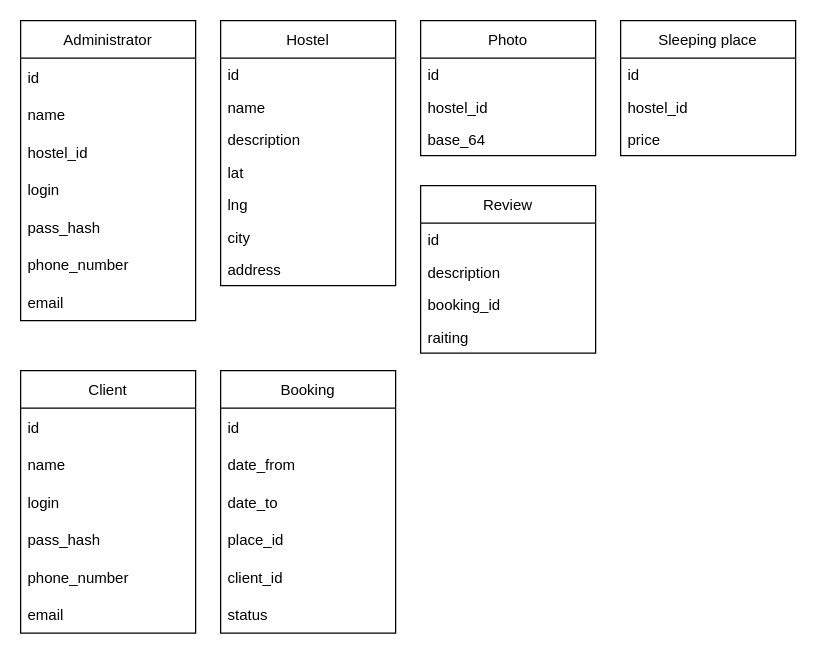
Earlier version of the draw.io diagram uml-class.drawio (ilkuzmenko/uml-diagrams). Source tidied: cells renumbered, new cells numbered last; positions are measured from the earlier drawing's top-left corner, leaving out a move shared by most shapes. Both pictures are drawn from the tidied source at 125%, with x=0, y=0 at pixel (20, 20).
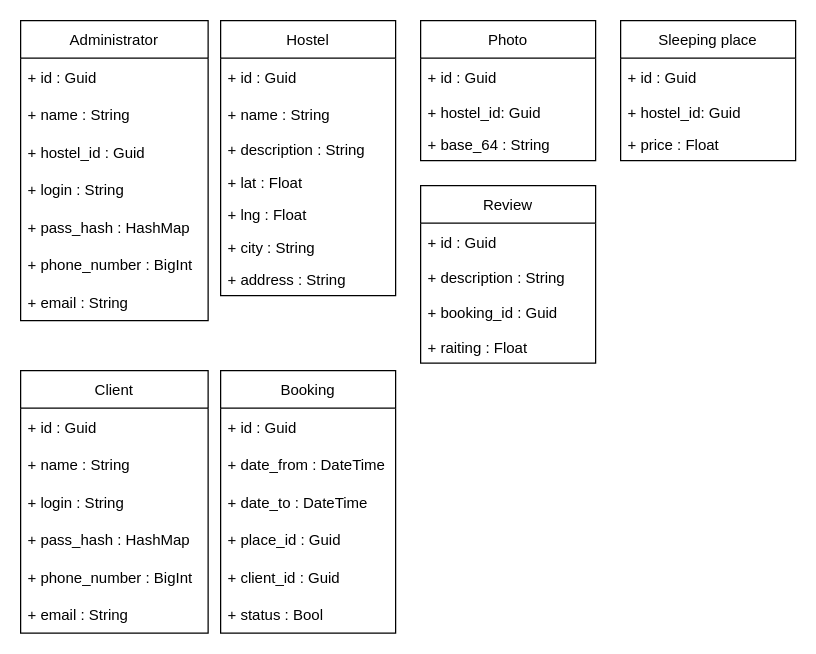
The same diagram, later.

The change refers to these unchanged cells:
```xml
<mxCell id="38" value="Booking" style="swimlane;fontStyle=0;horizontal=1;startSize=30;" parent="1" vertex="1">
  <mxGeometry x="160" y="280" width="140" height="210" as="geometry" />
</mxCell>
```

Change to the diagram source:
```diff
@@
     <mxCell id="2" value="Administrator" style="swimlane;fontStyle=0;horizontal=1;startSize=30;" parent="1" vertex="1">
-      <mxGeometry width="140" height="240" as="geometry" />
+      <mxGeometry width="150" height="240" as="geometry" />
     </mxCell>
-    <mxCell id="3" value="id" style="text;strokeColor=none;fillColor=none;align=left;verticalAlign=middle;spacingLeft=4;spacingRight=4;overflow=hidden;" parent="2" vertex="1">
-      <mxGeometry y="30" width="140" height="30" as="geometry" />
+    <mxCell id="3" value="+ id : Guid" style="text;strokeColor=none;fillColor=none;align=left;verticalAlign=middle;spacingLeft=4;spacingRight=4;overflow=hidden;" parent="2" vertex="1">
+      <mxGeometry y="30" width="150" height="30" as="geometry" />
     </mxCell>
-    <mxCell id="4" value="name" style="text;strokeColor=none;fillColor=none;align=left;verticalAlign=middle;spacingLeft=4;spacingRight=4;overflow=hidden;" parent="2" vertex="1">
-      <mxGeometry y="60" width="140" height="30" as="geometry" />
+    <mxCell id="4" value="+ name : String" style="text;strokeColor=none;fillColor=none;align=left;verticalAlign=middle;spacingLeft=4;spacingRight=4;overflow=hidden;" parent="2" vertex="1">
+      <mxGeometry y="60" width="150" height="30" as="geometry" />
     </mxCell>
-    <mxCell id="5" value="hostel_id" style="text;strokeColor=none;fillColor=none;align=left;verticalAlign=middle;spacingLeft=4;spacingRight=4;overflow=hidden;" parent="2" vertex="1">
-      <mxGeometry y="90" width="140" height="30" as="geometry" />
+    <mxCell id="5" value="+ hostel_id : Guid" style="text;strokeColor=none;fillColor=none;align=left;verticalAlign=middle;spacingLeft=4;spacingRight=4;overflow=hidden;" parent="2" vertex="1">
+      <mxGeometry y="90" width="150" height="30" as="geometry" />
     </mxCell>
-    <mxCell id="6" value="login" style="text;strokeColor=none;fillColor=none;align=left;verticalAlign=middle;spacingLeft=4;spacingRight=4;overflow=hidden;" parent="2" vertex="1">
-      <mxGeometry y="120" width="140" height="30" as="geometry" />
+    <mxCell id="6" value="+ login : String" style="text;strokeColor=none;fillColor=none;align=left;verticalAlign=middle;spacingLeft=4;spacingRight=4;overflow=hidden;" parent="2" vertex="1">
+      <mxGeometry y="120" width="150" height="30" as="geometry" />
     </mxCell>
-    <mxCell id="7" value="pass_hash" style="text;strokeColor=none;fillColor=none;align=left;verticalAlign=middle;spacingLeft=4;spacingRight=4;overflow=hidden;" parent="2" vertex="1">
-      <mxGeometry y="150" width="140" height="30" as="geometry" />
+    <mxCell id="7" value="+ pass_hash : HashMap" style="text;strokeColor=none;fillColor=none;align=left;verticalAlign=middle;spacingLeft=4;spacingRight=4;overflow=hidden;" parent="2" vertex="1">
+      <mxGeometry y="150" width="150" height="30" as="geometry" />
     </mxCell>
-    <mxCell id="8" value="phone_number" style="text;strokeColor=none;fillColor=none;align=left;verticalAlign=middle;spacingLeft=4;spacingRight=4;overflow=hidden;" parent="2" vertex="1">
-      <mxGeometry y="180" width="140" height="30" as="geometry" />
+    <mxCell id="8" value="+ phone_number : BigInt" style="text;strokeColor=none;fillColor=none;align=left;verticalAlign=middle;spacingLeft=4;spacingRight=4;overflow=hidden;" parent="2" vertex="1">
+      <mxGeometry y="180" width="150" height="30" as="geometry" />
     </mxCell>
-    <mxCell id="9" value="email" style="text;strokeColor=none;fillColor=none;align=left;verticalAlign=middle;spacingLeft=4;spacingRight=4;overflow=hidden;" parent="2" vertex="1">
-      <mxGeometry y="210" width="140" height="30" as="geometry" />
+    <mxCell id="9" value="+ email : String" style="text;strokeColor=none;fillColor=none;align=left;verticalAlign=middle;spacingLeft=4;spacingRight=4;overflow=hidden;" parent="2" vertex="1">
+      <mxGeometry y="210" width="150" height="30" as="geometry" />
     </mxCell>
     <mxCell id="10" value="Hostel" style="swimlane;fontStyle=0;horizontal=1;startSize=30;" parent="1" vertex="1">
-      <mxGeometry x="160" width="140" height="212" as="geometry" />
+      <mxGeometry x="160" width="140" height="220" as="geometry" />
     </mxCell>
-    <mxCell id="11" value="id" style="text;align=left;verticalAlign=top;spacingLeft=4;spacingRight=4;overflow=hidden;" parent="10" vertex="1">
-      <mxGeometry y="30" width="140" height="26" as="geometry" />
-    </mxCell>
-    <mxCell id="12" value="name" style="text;align=left;verticalAlign=top;spacingLeft=4;spacingRight=4;overflow=hidden;rounded=0;shadow=0;html=0;" parent="10" vertex="1">
-      <mxGeometry y="56" width="140" height="26" as="geometry" />
-    </mxCell>
+    <mxCell id="45" value="+ id : Guid" style="text;strokeColor=none;fillColor=none;align=left;verticalAlign=middle;spacingLeft=4;spacingRight=4;overflow=hidden;" parent="10" vertex="1">
+      <mxGeometry y="30" width="140" height="30" as="geometry" />
+    </mxCell>
+    <mxCell id="46" value="+ name : String" style="text;strokeColor=none;fillColor=none;align=left;verticalAlign=middle;spacingLeft=4;spacingRight=4;overflow=hidden;" parent="10" vertex="1">
+      <mxGeometry y="60" width="140" height="30" as="geometry" />
+    </mxCell>
-    <mxCell id="13" value="description" style="text;align=left;verticalAlign=top;spacingLeft=4;spacingRight=4;overflow=hidden;rounded=0;shadow=0;html=0;" parent="10" vertex="1">
-      <mxGeometry y="82" width="140" height="26" as="geometry" />
+    <mxCell id="13" value="+ description : String" style="text;align=left;verticalAlign=top;spacingLeft=4;spacingRight=4;overflow=hidden;rounded=0;shadow=0;html=0;" parent="10" vertex="1">
+      <mxGeometry y="90" width="140" height="26" as="geometry" />
     </mxCell>
-    <mxCell id="14" value="lat" style="text;align=left;verticalAlign=top;spacingLeft=4;spacingRight=4;overflow=hidden;rounded=0;shadow=0;html=0;" parent="10" vertex="1">
-      <mxGeometry y="108" width="140" height="26" as="geometry" />
+    <mxCell id="14" value="+ lat : Float" style="text;align=left;verticalAlign=top;spacingLeft=4;spacingRight=4;overflow=hidden;rounded=0;shadow=0;html=0;" parent="10" vertex="1">
+      <mxGeometry y="116" width="140" height="26" as="geometry" />
     </mxCell>
-    <mxCell id="15" value="lng" style="text;align=left;verticalAlign=top;spacingLeft=4;spacingRight=4;overflow=hidden;rounded=0;shadow=0;html=0;" parent="10" vertex="1">
-      <mxGeometry y="134" width="140" height="26" as="geometry" />
+    <mxCell id="15" value="+ lng : Float" style="text;align=left;verticalAlign=top;spacingLeft=4;spacingRight=4;overflow=hidden;rounded=0;shadow=0;html=0;" parent="10" vertex="1">
+      <mxGeometry y="142" width="140" height="26" as="geometry" />
     </mxCell>
-    <mxCell id="16" value="city" style="text;align=left;verticalAlign=top;spacingLeft=4;spacingRight=4;overflow=hidden;rounded=0;shadow=0;html=0;" parent="10" vertex="1">
-      <mxGeometry y="160" width="140" height="26" as="geometry" />
+    <mxCell id="16" value="+ city : String" style="text;align=left;verticalAlign=top;spacingLeft=4;spacingRight=4;overflow=hidden;rounded=0;shadow=0;html=0;" parent="10" vertex="1">
+      <mxGeometry y="168" width="140" height="26" as="geometry" />
     </mxCell>
-    <mxCell id="17" value="address" style="text;align=left;verticalAlign=top;spacingLeft=4;spacingRight=4;overflow=hidden;rounded=0;shadow=0;html=0;" parent="10" vertex="1">
-      <mxGeometry y="186" width="140" height="26" as="geometry" />
+    <mxCell id="17" value="+ address : String" style="text;align=left;verticalAlign=top;spacingLeft=4;spacingRight=4;overflow=hidden;rounded=0;shadow=0;html=0;" parent="10" vertex="1">
+      <mxGeometry y="194" width="140" height="26" as="geometry" />
     </mxCell>
     <mxCell id="18" value="Photo" style="swimlane;fontStyle=0;horizontal=1;startSize=30;" parent="1" vertex="1">
-      <mxGeometry x="320" width="140" height="108" as="geometry" />
+      <mxGeometry x="320" width="140" height="112" as="geometry" />
     </mxCell>
-    <mxCell id="19" value="id" style="text;align=left;verticalAlign=top;spacingLeft=4;spacingRight=4;overflow=hidden;" parent="18" vertex="1">
-      <mxGeometry y="30" width="140" height="26" as="geometry" />
-    </mxCell>
+    <mxCell id="47" value="+ id : Guid" style="text;strokeColor=none;fillColor=none;align=left;verticalAlign=middle;spacingLeft=4;spacingRight=4;overflow=hidden;" parent="18" vertex="1">
+      <mxGeometry y="30" width="140" height="30" as="geometry" />
+    </mxCell>
-    <mxCell id="20" value="hostel_id" style="text;align=left;verticalAlign=top;spacingLeft=4;spacingRight=4;overflow=hidden;" parent="18" vertex="1">
-      <mxGeometry y="56" width="140" height="26" as="geometry" />
+    <mxCell id="20" value="+ hostel_id: Guid" style="text;align=left;verticalAlign=top;spacingLeft=4;spacingRight=4;overflow=hidden;" parent="18" vertex="1">
+      <mxGeometry y="60" width="140" height="26" as="geometry" />
     </mxCell>
-    <mxCell id="21" value="base_64" style="text;align=left;verticalAlign=top;spacingLeft=4;spacingRight=4;overflow=hidden;" parent="18" vertex="1">
-      <mxGeometry y="82" width="140" height="26" as="geometry" />
+    <mxCell id="21" value="+ base_64 : String" style="text;align=left;verticalAlign=top;spacingLeft=4;spacingRight=4;overflow=hidden;" parent="18" vertex="1">
+      <mxGeometry y="86" width="140" height="26" as="geometry" />
     </mxCell>
     <mxCell id="22" value="Sleeping place" style="swimlane;fontStyle=0;horizontal=1;startSize=30;" parent="1" vertex="1">
-      <mxGeometry x="480" width="140" height="108" as="geometry" />
+      <mxGeometry x="480" width="140" height="112" as="geometry" />
     </mxCell>
-    <mxCell id="23" value="id" style="text;align=left;verticalAlign=top;spacingLeft=4;spacingRight=4;overflow=hidden;" parent="22" vertex="1">
-      <mxGeometry y="30" width="140" height="26" as="geometry" />
-    </mxCell>
-    <mxCell id="24" value="hostel_id" style="text;align=left;verticalAlign=top;spacingLeft=4;spacingRight=4;overflow=hidden;" parent="22" vertex="1">
-      <mxGeometry y="56" width="140" height="26" as="geometry" />
-    </mxCell>
+    <mxCell id="48" value="+ id : Guid" style="text;strokeColor=none;fillColor=none;align=left;verticalAlign=middle;spacingLeft=4;spacingRight=4;overflow=hidden;" parent="22" vertex="1">
+      <mxGeometry y="30" width="140" height="30" as="geometry" />
+    </mxCell>
+    <mxCell id="49" value="+ hostel_id: Guid" style="text;align=left;verticalAlign=top;spacingLeft=4;spacingRight=4;overflow=hidden;" parent="22" vertex="1">
+      <mxGeometry y="60" width="140" height="26" as="geometry" />
+    </mxCell>
-    <mxCell id="25" value="price" style="text;align=left;verticalAlign=top;spacingLeft=4;spacingRight=4;overflow=hidden;" parent="22" vertex="1">
-      <mxGeometry y="82" width="140" height="26" as="geometry" />
+    <mxCell id="25" value="+ price : Float" style="text;align=left;verticalAlign=top;spacingLeft=4;spacingRight=4;overflow=hidden;" parent="22" vertex="1">
+      <mxGeometry y="86" width="140" height="26" as="geometry" />
     </mxCell>
     <mxCell id="26" value="Review" style="swimlane;fontStyle=0;horizontal=1;startSize=30;" parent="1" vertex="1">
-      <mxGeometry x="320" y="132" width="140" height="134" as="geometry" />
+      <mxGeometry x="320" y="132" width="140" height="142" as="geometry" />
     </mxCell>
-    <mxCell id="27" value="id" style="text;align=left;verticalAlign=top;spacingLeft=4;spacingRight=4;overflow=hidden;" parent="26" vertex="1">
-      <mxGeometry y="30" width="140" height="26" as="geometry" />
-    </mxCell>
+    <mxCell id="50" value="+ id : Guid" style="text;strokeColor=none;fillColor=none;align=left;verticalAlign=middle;spacingLeft=4;spacingRight=4;overflow=hidden;" parent="26" vertex="1">
+      <mxGeometry y="30" width="140" height="30" as="geometry" />
+    </mxCell>
-    <mxCell id="28" value="description" style="text;align=left;verticalAlign=top;spacingLeft=4;spacingRight=4;overflow=hidden;" parent="26" vertex="1">
-      <mxGeometry y="56" width="140" height="26" as="geometry" />
+    <mxCell id="28" value="+ description : String" style="text;align=left;verticalAlign=top;spacingLeft=4;spacingRight=4;overflow=hidden;" parent="26" vertex="1">
+      <mxGeometry y="60" width="140" height="26" as="geometry" />
     </mxCell>
-    <mxCell id="29" value="booking_id" style="text;align=left;verticalAlign=top;spacingLeft=4;spacingRight=4;overflow=hidden;" parent="26" vertex="1">
-      <mxGeometry y="82" width="140" height="26" as="geometry" />
-    </mxCell>
+    <mxCell id="51" value="+ booking_id : Guid" style="text;strokeColor=none;fillColor=none;align=left;verticalAlign=middle;spacingLeft=4;spacingRight=4;overflow=hidden;" parent="26" vertex="1">
+      <mxGeometry y="86" width="140" height="30" as="geometry" />
+    </mxCell>
-    <mxCell id="30" value="raiting" style="text;align=left;verticalAlign=top;spacingLeft=4;spacingRight=4;overflow=hidden;" parent="26" vertex="1">
-      <mxGeometry y="108" width="140" height="26" as="geometry" />
+    <mxCell id="30" value="+ raiting : Float" style="text;align=left;verticalAlign=top;spacingLeft=4;spacingRight=4;overflow=hidden;" parent="26" vertex="1">
+      <mxGeometry y="116" width="140" height="26" as="geometry" />
     </mxCell>
     <mxCell id="31" value="Client" style="swimlane;fontStyle=0;horizontal=1;startSize=30;" parent="1" vertex="1">
-      <mxGeometry y="280" width="140" height="210" as="geometry" />
+      <mxGeometry y="280" width="150" height="210" as="geometry" />
     </mxCell>
-    <mxCell id="32" value="id" style="text;strokeColor=none;fillColor=none;align=left;verticalAlign=middle;spacingLeft=4;spacingRight=4;overflow=hidden;" parent="31" vertex="1">
-      <mxGeometry y="30" width="140" height="30" as="geometry" />
-    </mxCell>
+    <mxCell id="52" value="+ id : Guid" style="text;strokeColor=none;fillColor=none;align=left;verticalAlign=middle;spacingLeft=4;spacingRight=4;overflow=hidden;" parent="31" vertex="1">
+      <mxGeometry y="30" width="150" height="30" as="geometry" />
+    </mxCell>
-    <mxCell id="33" value="name" style="text;strokeColor=none;fillColor=none;align=left;verticalAlign=middle;spacingLeft=4;spacingRight=4;overflow=hidden;" parent="31" vertex="1">
-      <mxGeometry y="60" width="140" height="30" as="geometry" />
+    <mxCell id="33" value="+ name : String" style="text;strokeColor=none;fillColor=none;align=left;verticalAlign=middle;spacingLeft=4;spacingRight=4;overflow=hidden;" parent="31" vertex="1">
+      <mxGeometry y="60" width="150" height="30" as="geometry" />
     </mxCell>
-    <mxCell id="34" value="login" style="text;strokeColor=none;fillColor=none;align=left;verticalAlign=middle;spacingLeft=4;spacingRight=4;overflow=hidden;" parent="31" vertex="1">
-      <mxGeometry y="90" width="140" height="30" as="geometry" />
+    <mxCell id="34" value="+ login : String" style="text;strokeColor=none;fillColor=none;align=left;verticalAlign=middle;spacingLeft=4;spacingRight=4;overflow=hidden;" parent="31" vertex="1">
+      <mxGeometry y="90" width="150" height="30" as="geometry" />
     </mxCell>
-    <mxCell id="35" value="pass_hash" style="text;strokeColor=none;fillColor=none;align=left;verticalAlign=middle;spacingLeft=4;spacingRight=4;overflow=hidden;" parent="31" vertex="1">
-      <mxGeometry y="120" width="140" height="30" as="geometry" />
+    <mxCell id="35" value="+ pass_hash : HashMap" style="text;strokeColor=none;fillColor=none;align=left;verticalAlign=middle;spacingLeft=4;spacingRight=4;overflow=hidden;" parent="31" vertex="1">
+      <mxGeometry y="120" width="150" height="30" as="geometry" />
     </mxCell>
-    <mxCell id="36" value="phone_number" style="text;strokeColor=none;fillColor=none;align=left;verticalAlign=middle;spacingLeft=4;spacingRight=4;overflow=hidden;" parent="31" vertex="1">
-      <mxGeometry y="150" width="140" height="30" as="geometry" />
+    <mxCell id="36" value="+ phone_number : BigInt" style="text;strokeColor=none;fillColor=none;align=left;verticalAlign=middle;spacingLeft=4;spacingRight=4;overflow=hidden;" parent="31" vertex="1">
+      <mxGeometry y="150" width="150" height="30" as="geometry" />
     </mxCell>
-    <mxCell id="37" value="email" style="text;strokeColor=none;fillColor=none;align=left;verticalAlign=middle;spacingLeft=4;spacingRight=4;overflow=hidden;" parent="31" vertex="1">
-      <mxGeometry y="180" width="140" height="30" as="geometry" />
+    <mxCell id="37" value="+ email : String" style="text;strokeColor=none;fillColor=none;align=left;verticalAlign=middle;spacingLeft=4;spacingRight=4;overflow=hidden;" parent="31" vertex="1">
+      <mxGeometry y="180" width="150" height="30" as="geometry" />
     </mxCell>
@@
-    <mxCell id="39" value="id" style="text;strokeColor=none;fillColor=none;align=left;verticalAlign=middle;spacingLeft=4;spacingRight=4;overflow=hidden;" parent="38" vertex="1">
-      <mxGeometry y="30" width="140" height="30" as="geometry" />
-    </mxCell>
+    <mxCell id="53" value="+ id : Guid" style="text;strokeColor=none;fillColor=none;align=left;verticalAlign=middle;spacingLeft=4;spacingRight=4;overflow=hidden;" parent="38" vertex="1">
+      <mxGeometry y="30" width="140" height="30" as="geometry" />
+    </mxCell>
-    <mxCell id="40" value="date_from" style="text;strokeColor=none;fillColor=none;align=left;verticalAlign=middle;spacingLeft=4;spacingRight=4;overflow=hidden;" parent="38" vertex="1">
+    <mxCell id="40" value="+ date_from : DateTime" style="text;strokeColor=none;fillColor=none;align=left;verticalAlign=middle;spacingLeft=4;spacingRight=4;overflow=hidden;" parent="38" vertex="1">
       <mxGeometry y="60" width="140" height="30" as="geometry" />
     </mxCell>
-    <mxCell id="41" value="date_to" style="text;strokeColor=none;fillColor=none;align=left;verticalAlign=middle;spacingLeft=4;spacingRight=4;overflow=hidden;" parent="38" vertex="1">
+    <mxCell id="41" value="+ date_to : DateTime" style="text;strokeColor=none;fillColor=none;align=left;verticalAlign=middle;spacingLeft=4;spacingRight=4;overflow=hidden;" parent="38" vertex="1">
       <mxGeometry y="90" width="140" height="30" as="geometry" />
     </mxCell>
-    <mxCell id="42" value="place_id" style="text;strokeColor=none;fillColor=none;align=left;verticalAlign=middle;spacingLeft=4;spacingRight=4;overflow=hidden;" parent="38" vertex="1">
+    <mxCell id="42" value="+ place_id : Guid" style="text;strokeColor=none;fillColor=none;align=left;verticalAlign=middle;spacingLeft=4;spacingRight=4;overflow=hidden;" parent="38" vertex="1">
       <mxGeometry y="120" width="140" height="30" as="geometry" />
     </mxCell>
-    <mxCell id="43" value="client_id" style="text;strokeColor=none;fillColor=none;align=left;verticalAlign=middle;spacingLeft=4;spacingRight=4;overflow=hidden;" parent="38" vertex="1">
+    <mxCell id="43" value="+ client_id : Guid" style="text;strokeColor=none;fillColor=none;align=left;verticalAlign=middle;spacingLeft=4;spacingRight=4;overflow=hidden;" parent="38" vertex="1">
       <mxGeometry y="150" width="140" height="30" as="geometry" />
     </mxCell>
-    <mxCell id="44" value="status" style="text;strokeColor=none;fillColor=none;align=left;verticalAlign=middle;spacingLeft=4;spacingRight=4;overflow=hidden;" parent="38" vertex="1">
+    <mxCell id="44" value="+ status : Bool" style="text;strokeColor=none;fillColor=none;align=left;verticalAlign=middle;spacingLeft=4;spacingRight=4;overflow=hidden;" parent="38" vertex="1">
       <mxGeometry y="180" width="140" height="30" as="geometry" />
     </mxCell>
```
